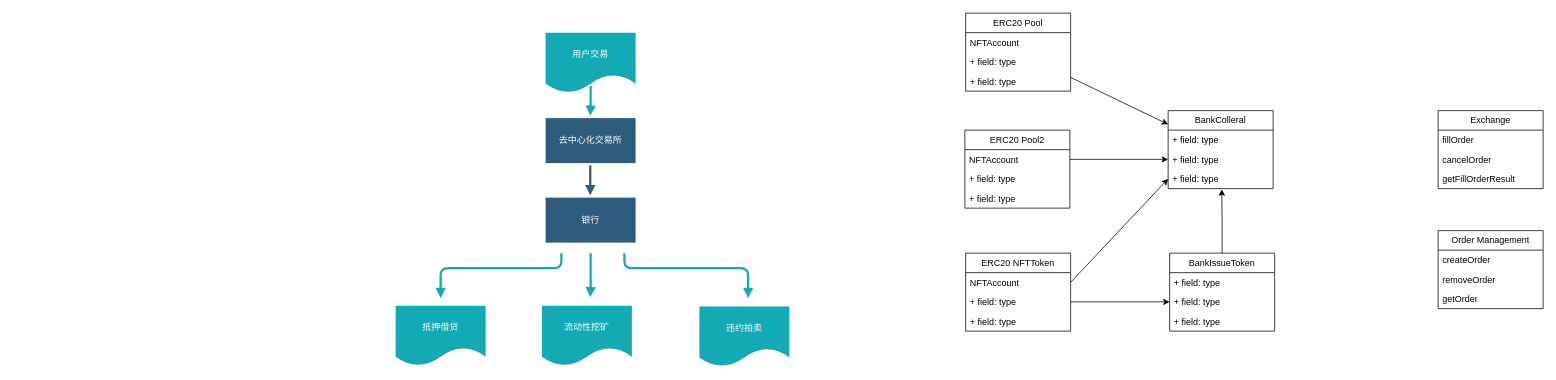
Earlier version of the draw.io diagram 未命名绘图.drawio (Adamlixi/adamblog.github.io). Source tidied: cells renumbered, new cells numbered last; positions are measured from the earlier drawing's top-left corner, leaving out a move shared by most shapes. Both pictures are drawn from the tidied source at 75%, with x=0, y=0 at pixel (395, 13).
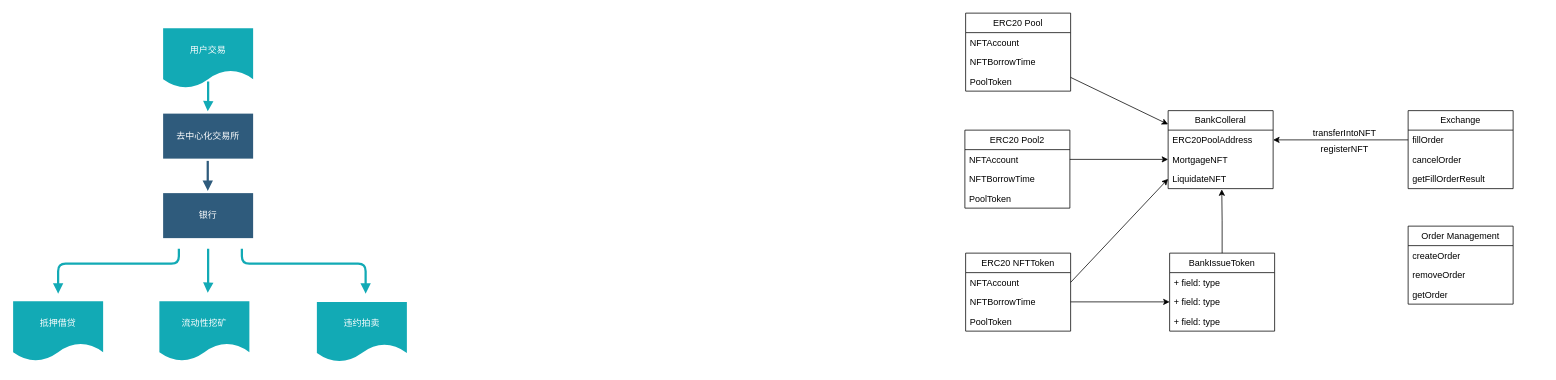
Above is the later version.

Commit message (it also covers changes not shown here):
更新未命名绘图.drawio

The change refers to these unchanged cells:
```xml
<mxCell id="14" value="ERC20 Pool" style="swimlane;fontStyle=0;horizontal=1;startSize=26;fillColor=none;whiteSpace=wrap;html=1;" parent="1" vertex="1">
  <mxGeometry x="760" width="140" height="104" as="geometry" />
</mxCell>
<mxCell id="18" value="BankColleral" style="swimlane;fontStyle=0;horizontal=1;startSize=26;fillColor=none;whiteSpace=wrap;html=1;" parent="1" vertex="1">
  <mxGeometry x="1030" y="130" width="140" height="104" as="geometry" />
</mxCell>
<mxCell id="22" value="ERC20 Pool2" style="swimlane;fontStyle=0;horizontal=1;startSize=26;fillColor=none;whiteSpace=wrap;html=1;" parent="1" vertex="1">
  <mxGeometry x="759" y="156" width="140" height="104" as="geometry" />
</mxCell>
<mxCell id="26" value="ERC20 NFTToken" style="swimlane;fontStyle=0;horizontal=1;startSize=26;fillColor=none;whiteSpace=wrap;html=1;" parent="1" vertex="1">
  <mxGeometry x="760" y="320" width="140" height="104" as="geometry" />
</mxCell>
<mxCell id="39" value="fillOrder" style="text;strokeColor=none;fillColor=none;align=left;verticalAlign=top;spacingLeft=4;spacingRight=4;overflow=hidden;points=[[0,0.5],[1,0.5]];portConstraint=eastwest;whiteSpace=wrap;html=1;" parent="38" vertex="1">
  <mxGeometry y="26" width="140" height="26" as="geometry" />
</mxCell>
```

Diff of the diagram source:
```diff
@@
     <mxCell id="2" value="去中心化交易所" style="whiteSpace=wrap;shadow=0;fontColor=#FFFFFF;fontFamily=Helvetica;fontStyle=0;html=1;fontSize=12;plain-purple;strokeColor=none;fillColor=#2f5b7c;gradientColor=none;spacing=6;verticalAlign=middle;" parent="1" vertex="1">
-      <mxGeometry x="200" y="140" width="120" height="60" as="geometry" />
+      <mxGeometry x="-310" y="134" width="120" height="60" as="geometry" />
     </mxCell>
     <mxCell id="3" value="银行" style="whiteSpace=wrap;shadow=0;fontColor=#FFFFFF;fontFamily=Helvetica;fontStyle=0;html=1;fontSize=12;plain-purple;strokeColor=none;fillColor=#2f5b7c;gradientColor=none;spacing=6;verticalAlign=middle;" parent="1" vertex="1">
-      <mxGeometry x="200" y="246" width="120" height="60" as="geometry" />
+      <mxGeometry x="-310" y="240" width="120" height="60" as="geometry" />
     </mxCell>
     <mxCell id="4" value="抵押借贷&lt;br&gt; " style="shape=document;whiteSpace=wrap;verticalAlign=middle;strokeColor=none;fillColor=#12aab5;shadow=0;fontColor=#FFFFFF;fontFamily=Helvetica;fontStyle=0;html=1;fontSize=12;spacing=6;spacingBottom=22;" parent="1" vertex="1">
-      <mxGeometry y="390" width="120" height="80" as="geometry" />
+      <mxGeometry x="-510" y="384" width="120" height="80" as="geometry" />
     </mxCell>
     <mxCell id="5" value="流动性挖矿&lt;br&gt; " style="shape=document;whiteSpace=wrap;verticalAlign=middle;strokeColor=none;fillColor=#12aab5;shadow=0;fontColor=#FFFFFF;fontFamily=Helvetica;fontStyle=0;html=1;fontSize=12;spacing=6;spacingBottom=22;" parent="1" vertex="1">
-      <mxGeometry x="195" y="390" width="120" height="80" as="geometry" />
+      <mxGeometry x="-315" y="384" width="120" height="80" as="geometry" />
     </mxCell>
     <mxCell id="6" value="违约拍卖&lt;br&gt; " style="shape=document;whiteSpace=wrap;verticalAlign=middle;strokeColor=none;fillColor=#12aab5;shadow=0;fontColor=#FFFFFF;fontFamily=Helvetica;fontStyle=0;html=1;fontSize=12;spacing=6;spacingBottom=22;" parent="1" vertex="1">
-      <mxGeometry x="405" y="391" width="120" height="80" as="geometry" />
+      <mxGeometry x="-105" y="385" width="120" height="80" as="geometry" />
     </mxCell>
     <mxCell id="7" value="用户交易&lt;br&gt; " style="shape=document;whiteSpace=wrap;verticalAlign=middle;strokeColor=none;fillColor=#12aab5;shadow=0;fontColor=#FFFFFF;fontFamily=Helvetica;fontStyle=0;html=1;fontSize=12;spacing=6;spacingBottom=22;" parent="1" vertex="1">
-      <mxGeometry x="200" y="26" width="120" height="80" as="geometry" />
+      <mxGeometry x="-310" y="20" width="120" height="80" as="geometry" />
     </mxCell>
     <mxCell id="8" style="edgeStyle=segmentEdgeStyle;strokeColor=#12AAB5;strokeWidth=3;html=1;endArrow=block;endFill=1;" parent="1" edge="1">
-      <mxGeometry x="452.5" y="662" as="geometry">
-        <mxPoint x="260" y="97" as="sourcePoint" />
-        <mxPoint x="259.5" y="137" as="targetPoint" />
+      <mxGeometry x="-57.5" y="656" as="geometry">
+        <mxPoint x="-250" y="91" as="sourcePoint" />
+        <mxPoint x="-250.5" y="131" as="targetPoint" />
         <Array as="points">
-          <mxPoint x="259.5" y="127" />
+          <mxPoint x="-250.5" y="121" />
         </Array>
       </mxGeometry>
     </mxCell>
     <mxCell id="9" style="edgeStyle=segmentEdgeStyle;strokeColor=#2F5B7C;strokeWidth=3;html=1;endArrow=block;endFill=1;" parent="1" edge="1">
       <mxGeometry relative="1" as="geometry">
-        <mxPoint x="259.5" y="203" as="sourcePoint" />
-        <mxPoint x="259.5" y="243" as="targetPoint" />
+        <mxPoint x="-250.5" y="197" as="sourcePoint" />
+        <mxPoint x="-250.5" y="237" as="targetPoint" />
         <Array as="points">
-          <mxPoint x="259.5" y="228" />
-          <mxPoint x="259.5" y="228" />
+          <mxPoint x="-250.5" y="222" />
+          <mxPoint x="-250.5" y="222" />
         </Array>
       </mxGeometry>
     </mxCell>
     <mxCell id="10" style="edgeStyle=segmentEdgeStyle;strokeColor=#12AAB5;strokeWidth=3;html=1;endArrow=block;endFill=1;" parent="1" edge="1">
-      <mxGeometry x="413" y="875" as="geometry">
-        <mxPoint x="221" y="320" as="sourcePoint" />
-        <mxPoint x="60" y="380" as="targetPoint" />
+      <mxGeometry x="-97" y="869" as="geometry">
+        <mxPoint x="-289" y="314" as="sourcePoint" />
+        <mxPoint x="-450" y="374" as="targetPoint" />
         <Array as="points">
-          <mxPoint x="221" y="340" />
-          <mxPoint x="60" y="340" />
+          <mxPoint x="-289" y="334" />
+          <mxPoint x="-450" y="334" />
         </Array>
       </mxGeometry>
     </mxCell>
     <mxCell id="11" style="edgeStyle=segmentEdgeStyle;strokeColor=#12AAB5;strokeWidth=3;html=1;endArrow=block;endFill=1;" parent="1" edge="1">
-      <mxGeometry x="823" y="875" as="geometry">
-        <mxPoint x="305" y="320" as="sourcePoint" />
-        <mxPoint x="470" y="380" as="targetPoint" />
+      <mxGeometry x="313" y="869" as="geometry">
+        <mxPoint x="-205" y="314" as="sourcePoint" />
+        <mxPoint x="-40" y="374" as="targetPoint" />
         <Array as="points">
-          <mxPoint x="305" y="340" />
-          <mxPoint x="470" y="340" />
+          <mxPoint x="-205" y="334" />
+          <mxPoint x="-40" y="334" />
         </Array>
       </mxGeometry>
     </mxCell>
     <mxCell id="12" style="edgeStyle=segmentEdgeStyle;strokeColor=#12AAB5;strokeWidth=3;html=1;endArrow=block;endFill=1;" parent="1" edge="1">
-      <mxGeometry x="452.5" y="904" as="geometry">
-        <mxPoint x="260" y="320" as="sourcePoint" />
-        <mxPoint x="259.5" y="379" as="targetPoint" />
+      <mxGeometry x="-57.5" y="898" as="geometry">
+        <mxPoint x="-250" y="314" as="sourcePoint" />
+        <mxPoint x="-250.5" y="373" as="targetPoint" />
         <Array as="points">
-          <mxPoint x="259.5" y="369" />
+          <mxPoint x="-250.5" y="363" />
         </Array>
       </mxGeometry>
     </mxCell>
@@
-    <mxCell id="16" value="+ field: type" style="text;strokeColor=none;fillColor=none;align=left;verticalAlign=top;spacingLeft=4;spacingRight=4;overflow=hidden;whiteSpace=wrap;html=1;" parent="14" vertex="1">
+    <mxCell id="16" value="NFTBorrowTime" style="text;strokeColor=none;fillColor=none;align=left;verticalAlign=top;spacingLeft=4;spacingRight=4;overflow=hidden;whiteSpace=wrap;html=1;" parent="14" vertex="1">
       <mxGeometry y="52" width="140" height="26" as="geometry" />
     </mxCell>
-    <mxCell id="17" value="+ field: type" style="text;strokeColor=none;fillColor=none;align=left;verticalAlign=top;spacingLeft=4;spacingRight=4;overflow=hidden;whiteSpace=wrap;html=1;" parent="14" vertex="1">
+    <mxCell id="17" value="PoolToken" style="text;strokeColor=none;fillColor=none;align=left;verticalAlign=top;spacingLeft=4;spacingRight=4;overflow=hidden;whiteSpace=wrap;html=1;" parent="14" vertex="1">
       <mxGeometry y="78" width="140" height="26" as="geometry" />
     </mxCell>
@@
-    <mxCell id="19" value="+ field: type" style="text;strokeColor=none;fillColor=none;align=left;verticalAlign=top;spacingLeft=4;spacingRight=4;overflow=hidden;points=[[0,0.5],[1,0.5]];portConstraint=eastwest;whiteSpace=wrap;html=1;" parent="18" vertex="1">
+    <mxCell id="19" value="ERC20PoolAddress" style="text;strokeColor=none;fillColor=none;align=left;verticalAlign=top;spacingLeft=4;spacingRight=4;overflow=hidden;points=[[0,0.5],[1,0.5]];portConstraint=eastwest;whiteSpace=wrap;html=1;" parent="18" vertex="1">
       <mxGeometry y="26" width="140" height="26" as="geometry" />
     </mxCell>
-    <mxCell id="20" value="+ field: type" style="text;strokeColor=none;fillColor=none;align=left;verticalAlign=top;spacingLeft=4;spacingRight=4;overflow=hidden;points=[[0,0.5],[1,0.5]];portConstraint=eastwest;whiteSpace=wrap;html=1;" parent="18" vertex="1">
+    <mxCell id="20" value="MortgageNFT" style="text;strokeColor=none;fillColor=none;align=left;verticalAlign=top;spacingLeft=4;spacingRight=4;overflow=hidden;points=[[0,0.5],[1,0.5]];portConstraint=eastwest;whiteSpace=wrap;html=1;" parent="18" vertex="1">
       <mxGeometry y="52" width="140" height="26" as="geometry" />
     </mxCell>
-    <mxCell id="21" value="+ field: type" style="text;strokeColor=none;fillColor=none;align=left;verticalAlign=top;spacingLeft=4;spacingRight=4;overflow=hidden;points=[[0,0.5],[1,0.5]];portConstraint=eastwest;whiteSpace=wrap;html=1;" parent="18" vertex="1">
+    <mxCell id="21" value="LiquidateNFT" style="text;strokeColor=none;fillColor=none;align=left;verticalAlign=top;spacingLeft=4;spacingRight=4;overflow=hidden;points=[[0,0.5],[1,0.5]];portConstraint=eastwest;whiteSpace=wrap;html=1;" parent="18" vertex="1">
       <mxGeometry y="78" width="140" height="26" as="geometry" />
     </mxCell>
@@
-    <mxCell id="24" value="+ field: type" style="text;strokeColor=none;fillColor=none;align=left;verticalAlign=top;spacingLeft=4;spacingRight=4;overflow=hidden;whiteSpace=wrap;html=1;" parent="22" vertex="1">
+    <mxCell id="24" value="NFTBorrowTime" style="text;strokeColor=none;fillColor=none;align=left;verticalAlign=top;spacingLeft=4;spacingRight=4;overflow=hidden;whiteSpace=wrap;html=1;" parent="22" vertex="1">
       <mxGeometry y="52" width="140" height="26" as="geometry" />
     </mxCell>
-    <mxCell id="25" value="+ field: type" style="text;strokeColor=none;fillColor=none;align=left;verticalAlign=top;spacingLeft=4;spacingRight=4;overflow=hidden;whiteSpace=wrap;html=1;" parent="22" vertex="1">
+    <mxCell id="25" value="PoolToken" style="text;strokeColor=none;fillColor=none;align=left;verticalAlign=top;spacingLeft=4;spacingRight=4;overflow=hidden;whiteSpace=wrap;html=1;" parent="22" vertex="1">
       <mxGeometry y="78" width="140" height="26" as="geometry" />
     </mxCell>
@@
-    <mxCell id="28" value="+ field: type" style="text;strokeColor=none;fillColor=none;align=left;verticalAlign=top;spacingLeft=4;spacingRight=4;overflow=hidden;points=[[0,0.5],[1,0.5]];portConstraint=eastwest;whiteSpace=wrap;html=1;" parent="26" vertex="1">
+    <mxCell id="28" value="NFTBorrowTime" style="text;strokeColor=none;fillColor=none;align=left;verticalAlign=top;spacingLeft=4;spacingRight=4;overflow=hidden;points=[[0,0.5],[1,0.5]];portConstraint=eastwest;whiteSpace=wrap;html=1;" parent="26" vertex="1">
       <mxGeometry y="52" width="140" height="26" as="geometry" />
     </mxCell>
-    <mxCell id="29" value="+ field: type" style="text;strokeColor=none;fillColor=none;align=left;verticalAlign=top;spacingLeft=4;spacingRight=4;overflow=hidden;whiteSpace=wrap;html=1;" parent="26" vertex="1">
+    <mxCell id="29" value="PoolToken" style="text;strokeColor=none;fillColor=none;align=left;verticalAlign=top;spacingLeft=4;spacingRight=4;overflow=hidden;whiteSpace=wrap;html=1;" parent="26" vertex="1">
       <mxGeometry y="78" width="140" height="26" as="geometry" />
     </mxCell>
@@
     <mxCell id="38" value="Exchange" style="swimlane;fontStyle=0;horizontal=1;startSize=26;fillColor=none;whiteSpace=wrap;html=1;" parent="1" vertex="1">
-      <mxGeometry x="1390" y="130" width="140" height="104" as="geometry" />
+      <mxGeometry x="1350" y="130" width="140" height="104" as="geometry" />
     </mxCell>
@@
     <mxCell id="42" value="Order Management" style="swimlane;fontStyle=0;horizontal=1;startSize=26;fillColor=none;whiteSpace=wrap;html=1;" parent="1" vertex="1">
-      <mxGeometry x="1390" y="290" width="140" height="104" as="geometry" />
+      <mxGeometry x="1350" y="284" width="140" height="104" as="geometry" />
     </mxCell>
@@
+    <mxCell id="46" style="edgeStyle=orthogonalEdgeStyle;rounded=0;jettySize=auto;html=1;exitX=0;exitY=0.5;exitDx=0;exitDy=0;" parent="1" edge="1" source="39" target="19">
+      <mxGeometry relative="1" as="geometry" />
+    </mxCell>
+    <mxCell id="47" value="transferIntoNFT&lt;span id=&quot;docs-internal-guid-4c8c4310-7fff-1c7a-6c5f-d83ab278721c&quot;&gt;&lt;/span&gt;" style="text;html=1;align=center;verticalAlign=middle;strokeColor=none;fillColor=none;" parent="1" vertex="1">
+      <mxGeometry x="1210" y="145" width="110" height="30" as="geometry" />
+    </mxCell>
+    <mxCell id="48" value="registerNFT" style="text;html=1;align=center;verticalAlign=middle;strokeColor=none;fillColor=none;" parent="1" vertex="1">
+      <mxGeometry x="1220" y="167" width="90" height="30" as="geometry" />
+    </mxCell>
```
